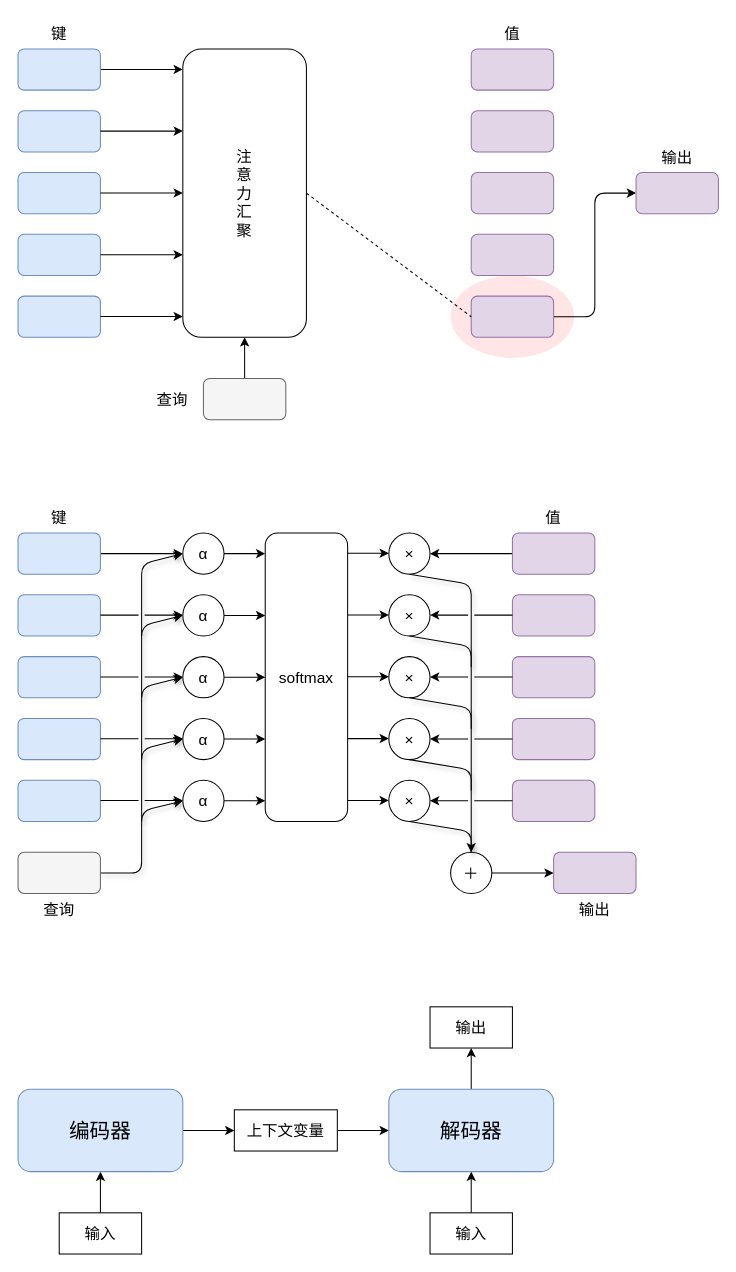
This is NLP/注意力机制.drawio from 2739673455/DrawioFile, a draw.io file, before an edit. Source tidied: cells renumbered, new cells numbered last; positions are measured from the earlier drawing's top-left corner, leaving out a move shared by most shapes. Both pictures are drawn from the tidied source at 103%, with x=0, y=0 at pixel (18, 18).
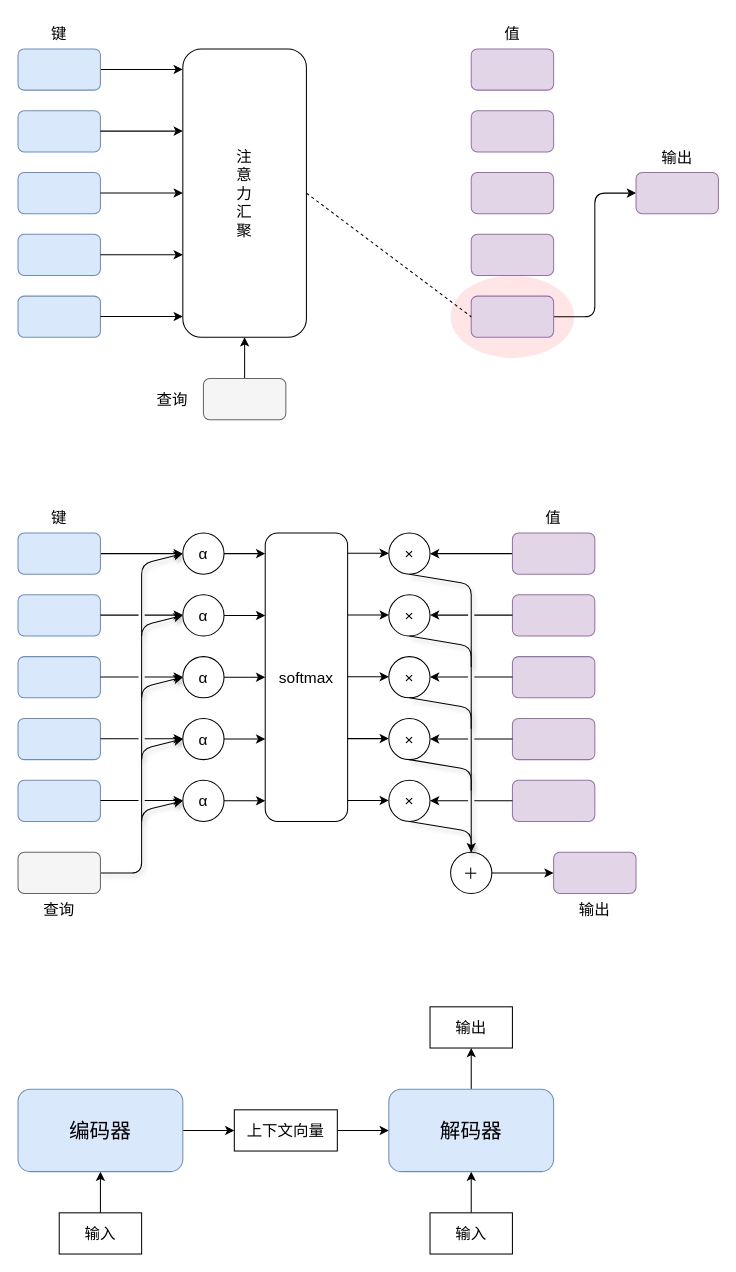
After the change.

Change to the diagram source:
```diff
@@
-    <mxCell id="12" value="上下文变量" style="rounded=0;whiteSpace=wrap;html=1;fontSize=15;" parent="1" vertex="1">
+    <mxCell id="12" value="上下文向量" style="rounded=0;whiteSpace=wrap;html=1;fontSize=15;" parent="1" vertex="1">
       <mxGeometry x="210" y="1060" width="100" height="40" as="geometry" />
     </mxCell>
```
